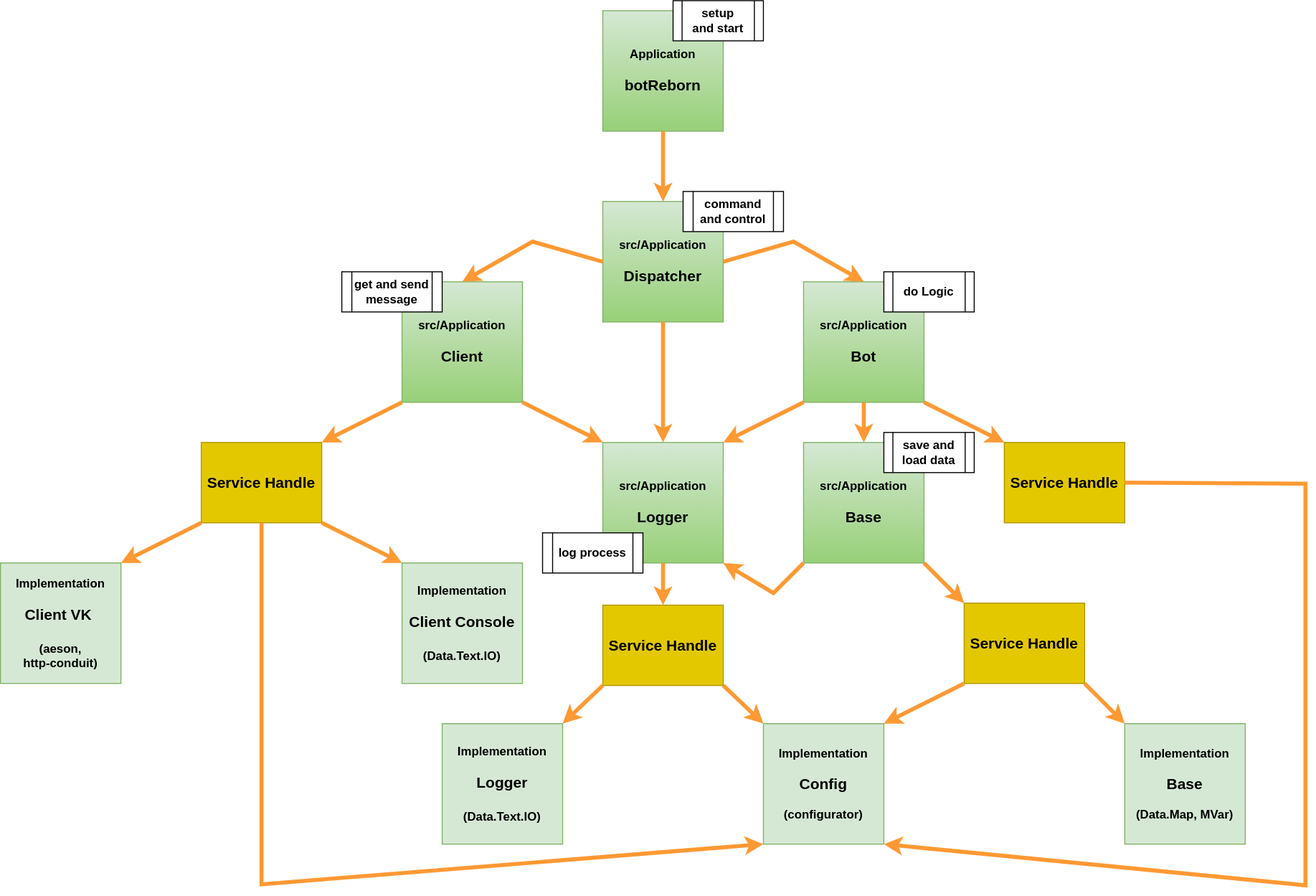
Above: config/botReborn.svg in gKrokod/botReborn (draw.io), before the change. Source tidied: cells renumbered, new cells last; positions are measured from the earlier drawing's top-left corner, leaving out a move shared by most shapes.
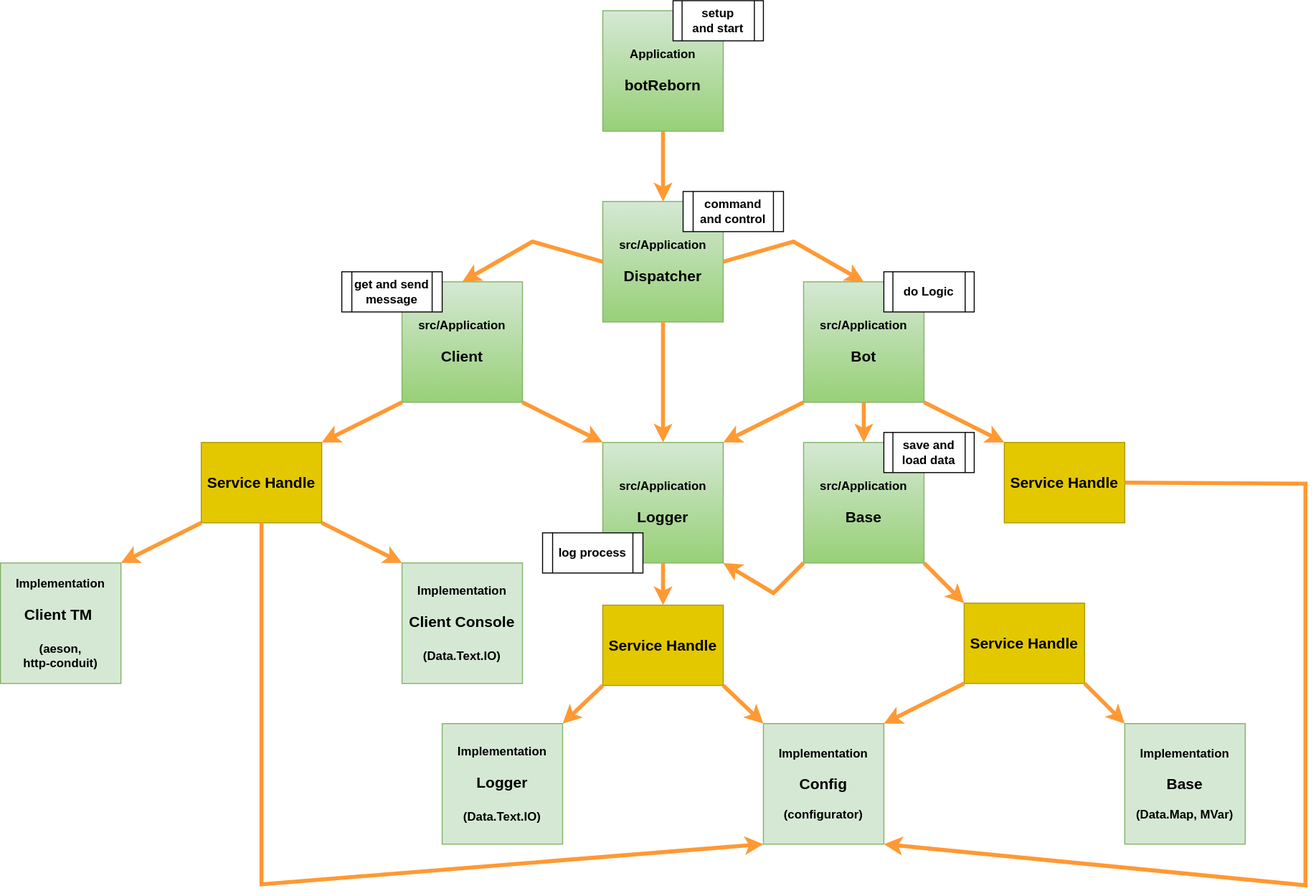
Above is the later version.

Diff of the diagram source:
```diff
@@ -46,7 +46,7 @@
     <mxCell id="13" style="endArrow=classic;html=1;rounded=0;exitX=0;exitY=1;exitDx=0;exitDy=0;entryX=1;entryY=0;entryDx=0;entryDy=0;strokeColor=#FF9933;strokeWidth=4;" parent="1" edge="1" source="4" target="6">
       <mxGeometry relative="1" as="geometry" />
     </mxCell>
-    <mxCell id="14" value="&lt;div&gt;&lt;span class=&quot;HwtZe&quot; lang=&quot;en&quot;&gt;Implementation&lt;/span&gt;&lt;/div&gt;&lt;div&gt;&lt;br&gt;&lt;/div&gt;&lt;div style=&quot;font-size: 15px;&quot;&gt;&lt;font style=&quot;font-size: 15px;&quot;&gt;Client VK&amp;nbsp;&lt;br&gt;&lt;/font&gt;&lt;/div&gt;&lt;div style=&quot;font-size: 15px;&quot;&gt;&lt;br&gt;&lt;/div&gt;&lt;div&gt;(aeson, &lt;br&gt;http-conduit)&lt;/div&gt;" style="whiteSpace=wrap;html=1;fontStyle=1;fillColor=#d5e8d4;strokeColor=#82b366;" parent="1" vertex="1">
+    <mxCell id="14" value="&lt;div&gt;&lt;span class=&quot;HwtZe&quot; lang=&quot;en&quot;&gt;Implementation&lt;/span&gt;&lt;/div&gt;&lt;div&gt;&lt;br&gt;&lt;/div&gt;&lt;div style=&quot;font-size: 15px;&quot;&gt;&lt;font style=&quot;font-size: 15px;&quot;&gt;Client TM&amp;nbsp;&lt;br&gt;&lt;/font&gt;&lt;/div&gt;&lt;div style=&quot;font-size: 15px;&quot;&gt;&lt;br&gt;&lt;/div&gt;&lt;div&gt;(aeson, &lt;br&gt;http-conduit)&lt;/div&gt;" style="whiteSpace=wrap;html=1;fontStyle=1;fillColor=#d5e8d4;strokeColor=#82b366;" parent="1" vertex="1">
       <mxGeometry y="560" width="120" height="120" as="geometry" />
     </mxCell>
     <mxCell id="15" value="&lt;div&gt;&lt;span class=&quot;HwtZe&quot; lang=&quot;en&quot;&gt;Implementation&lt;/span&gt;&lt;/div&gt;&lt;div&gt;&lt;br&gt;&lt;/div&gt;&lt;div style=&quot;font-size: 15px;&quot;&gt;&lt;font style=&quot;font-size: 15px;&quot;&gt;Client Console&lt;/font&gt;&lt;/div&gt;&lt;div style=&quot;font-size: 15px;&quot;&gt;&lt;br&gt;&lt;/div&gt;&lt;div&gt;(Data.Text.IO)&lt;/div&gt;" style="whiteSpace=wrap;html=1;fontStyle=1;fillColor=#d5e8d4;strokeColor=#82b366;" parent="1" vertex="1">
```
